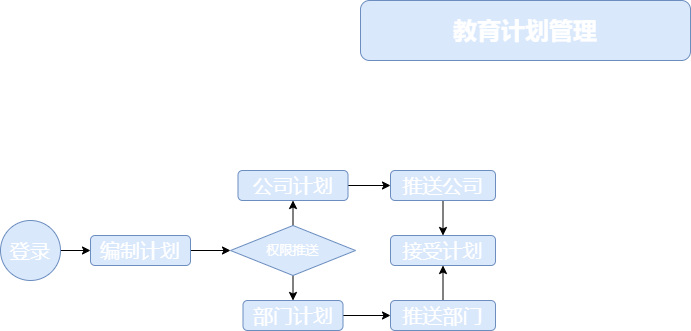
Above: Untitled Diagram.drawio.png in lenonjone/Toolkits (draw.io), before the change. Source tidied: cells renumbered, new cells last; positions are measured from the earlier drawing's top-left corner, leaving out a move shared by most shapes.
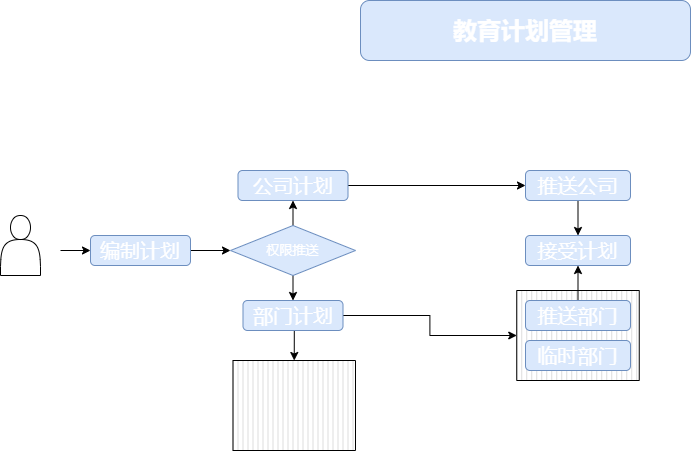
After the commit.

What changed in the source:
```diff
@@ -2,6 +2,12 @@
   <root>
     <mxCell id="0" />
     <mxCell id="1" parent="0" />
+    <mxCell id="19" style="verticalLabelPosition=bottom;verticalAlign=top;html=1;shape=mxgraph.basic.patternFillRect;fillStyle=vert;step=5;fillStrokeWidth=0.2;fillStrokeColor=#dddddd;fontSize=13;fontColor=#FFFFFF;" parent="1" vertex="1">
+      <mxGeometry x="232.5" y="360" width="122.5" height="90" as="geometry" />
+    </mxCell>
+    <mxCell id="20" style="verticalLabelPosition=bottom;verticalAlign=top;html=1;shape=mxgraph.basic.patternFillRect;fillStyle=vert;step=5;fillStrokeWidth=0.2;fillStrokeColor=#dddddd;fontSize=13;fontColor=#FFFFFF;" parent="1" vertex="1">
+      <mxGeometry x="516.2" y="290" width="122.5" height="90" as="geometry" />
+    </mxCell>
     <mxCell id="2" value="教育计划管理" style="rounded=1;whiteSpace=wrap;html=1;fillColor=#dae8fc;strokeColor=#6c8ebf;fontColor=#FFFFFF;fontStyle=1;fontSize=24;" parent="1" vertex="1">
       <mxGeometry x="360" width="330" height="60" as="geometry" />
     </mxCell>
@@ -11,17 +17,16 @@
     <mxCell id="4" value="编制计划" style="rounded=1;whiteSpace=wrap;html=1;fillColor=#dae8fc;strokeColor=#6c8ebf;fontColor=#FFFFFF;fontStyle=0;fontSize=20;" parent="1" vertex="1">
       <mxGeometry x="90" y="235" width="100" height="30" as="geometry" />
     </mxCell>
-    <mxCell id="5" style="edgeStyle=orthogonalEdgeStyle;rounded=0;jettySize=auto;html=1;exitX=1;exitY=0.5;exitDx=0;exitDy=0;fontSize=20;fontColor=#FFFFFF;" parent="1" edge="1" source="6" target="4">
-      <mxGeometry relative="1" as="geometry" />
+    <mxCell id="5" style="edgeStyle=orthogonalEdgeStyle;rounded=0;jettySize=auto;html=1;exitX=1;exitY=0.5;exitDx=0;exitDy=0;fontSize=20;fontColor=#FFFFFF;" parent="1" edge="1" target="4">
+      <mxGeometry relative="1" as="geometry">
+        <mxPoint x="60" y="250" as="sourcePoint" />
+      </mxGeometry>
     </mxCell>
-    <mxCell id="6" value="登录" style="ellipse;whiteSpace=wrap;html=1;fontSize=20;fillColor=#dae8fc;strokeColor=#6c8ebf;fontColor=#FFFFFF;" parent="1" vertex="1">
-      <mxGeometry y="220" width="60" height="60" as="geometry" />
-    </mxCell>
     <mxCell id="7" style="edgeStyle=orthogonalEdgeStyle;rounded=0;jettySize=auto;html=1;exitX=0.5;exitY=1;exitDx=0;exitDy=0;entryX=0.5;entryY=0;entryDx=0;entryDy=0;fontSize=20;fontColor=#FFFFFF;" parent="1" edge="1" source="8" target="18">
       <mxGeometry relative="1" as="geometry" />
     </mxCell>
     <mxCell id="8" value="推送公司" style="rounded=1;whiteSpace=wrap;html=1;fillColor=#dae8fc;strokeColor=#6c8ebf;fontColor=#FFFFFF;fontStyle=0;fontSize=20;" parent="1" vertex="1">
-      <mxGeometry x="390" y="170" width="105" height="30" as="geometry" />
+      <mxGeometry x="525" y="170" width="105" height="30" as="geometry" />
     </mxCell>
     <mxCell id="9" style="edgeStyle=orthogonalEdgeStyle;rounded=0;jettySize=auto;html=1;exitX=1;exitY=0.5;exitDx=0;exitDy=0;entryX=0;entryY=0.5;entryDx=0;entryDy=0;fontSize=20;fontColor=#FFFFFF;" parent="1" edge="1" source="10" target="8">
       <mxGeometry relative="1" as="geometry" />
@@ -29,9 +34,12 @@
     <mxCell id="10" value="公司计划" style="rounded=1;whiteSpace=wrap;html=1;fillColor=#dae8fc;strokeColor=#6c8ebf;fontColor=#FFFFFF;fontStyle=0;fontSize=20;" parent="1" vertex="1">
       <mxGeometry x="237.5" y="170" width="110" height="30" as="geometry" />
     </mxCell>
-    <mxCell id="11" style="edgeStyle=orthogonalEdgeStyle;rounded=0;jettySize=auto;html=1;exitX=1;exitY=0.5;exitDx=0;exitDy=0;entryX=0;entryY=0.5;entryDx=0;entryDy=0;fontSize=20;fontColor=#FFFFFF;" parent="1" edge="1" source="12" target="17">
-      <mxGeometry relative="1" as="geometry" />
-    </mxCell>
+    <mxCell id="21" style="edgeStyle=orthogonalEdgeStyle;rounded=0;jettySize=auto;html=1;exitX=1;exitY=0.5;exitDx=0;exitDy=0;entryX=0;entryY=0.5;entryDx=0;entryDy=0;entryPerimeter=0;fontSize=13;fontColor=#FFFFFF;" parent="1" edge="1" source="12" target="20">
+      <mxGeometry relative="1" as="geometry" />
+    </mxCell>
+    <mxCell id="22" style="edgeStyle=orthogonalEdgeStyle;rounded=0;jettySize=auto;html=1;exitX=0.5;exitY=1;exitDx=0;exitDy=0;entryX=0.5;entryY=0;entryDx=0;entryDy=0;entryPerimeter=0;fontSize=13;fontColor=#FFFFFF;" parent="1" edge="1" source="12" target="19">
+      <mxGeometry relative="1" as="geometry" />
+    </mxCell>
     <mxCell id="12" value="部门计划" style="rounded=1;whiteSpace=wrap;html=1;fillColor=#dae8fc;strokeColor=#6c8ebf;fontColor=#FFFFFF;fontStyle=0;fontSize=20;" parent="1" vertex="1">
       <mxGeometry x="242.5" y="300" width="100" height="30" as="geometry" />
     </mxCell>
@@ -44,14 +52,20 @@
     <mxCell id="15" value="权限推送" style="rhombus;whiteSpace=wrap;html=1;fontSize=13;fillColor=#dae8fc;strokeColor=#6c8ebf;fontColor=#FFFFFF;" parent="1" vertex="1">
       <mxGeometry x="230" y="225" width="125" height="50" as="geometry" />
     </mxCell>
-    <mxCell id="16" style="edgeStyle=orthogonalEdgeStyle;rounded=0;jettySize=auto;html=1;exitX=0.5;exitY=0;exitDx=0;exitDy=0;entryX=0.5;entryY=1;entryDx=0;entryDy=0;fontSize=20;fontColor=#FFFFFF;" parent="1" edge="1" source="17" target="18">
+    <mxCell id="16" style="edgeStyle=orthogonalEdgeStyle;rounded=0;jettySize=auto;html=1;exitX=0.5;exitY=0;exitDx=0;exitDy=0;entryX=0.5;entryY=1;entryDx=0;entryDy=0;fontSize=13;fontColor=#FFFFFF;" parent="1" edge="1" source="17" target="18">
       <mxGeometry relative="1" as="geometry" />
     </mxCell>
     <mxCell id="17" value="推送部门" style="rounded=1;whiteSpace=wrap;html=1;fillColor=#dae8fc;strokeColor=#6c8ebf;fontColor=#FFFFFF;fontStyle=0;fontSize=20;" parent="1" vertex="1">
-      <mxGeometry x="390" y="300" width="105" height="30" as="geometry" />
+      <mxGeometry x="525" y="300" width="105" height="30" as="geometry" />
     </mxCell>
     <mxCell id="18" value="接受计划" style="rounded=1;whiteSpace=wrap;html=1;fillColor=#dae8fc;strokeColor=#6c8ebf;fontColor=#FFFFFF;fontStyle=0;fontSize=20;" parent="1" vertex="1">
-      <mxGeometry x="390" y="235" width="105" height="30" as="geometry" />
+      <mxGeometry x="525" y="235" width="105" height="30" as="geometry" />
     </mxCell>
+    <mxCell id="23" value="临时部门" style="rounded=1;whiteSpace=wrap;html=1;fillColor=#dae8fc;strokeColor=#6c8ebf;fontColor=#FFFFFF;fontStyle=0;fontSize=20;" parent="1" vertex="1">
+      <mxGeometry x="525" y="340" width="105" height="30" as="geometry" />
+    </mxCell>
+    <mxCell id="24" style="shape=actor;whiteSpace=wrap;html=1;fontSize=13;fontColor=#FFFFFF;" parent="1" vertex="1">
+      <mxGeometry y="215" width="40" height="60" as="geometry" />
+    </mxCell>
   </root>
 </mxGraphModel>
```
